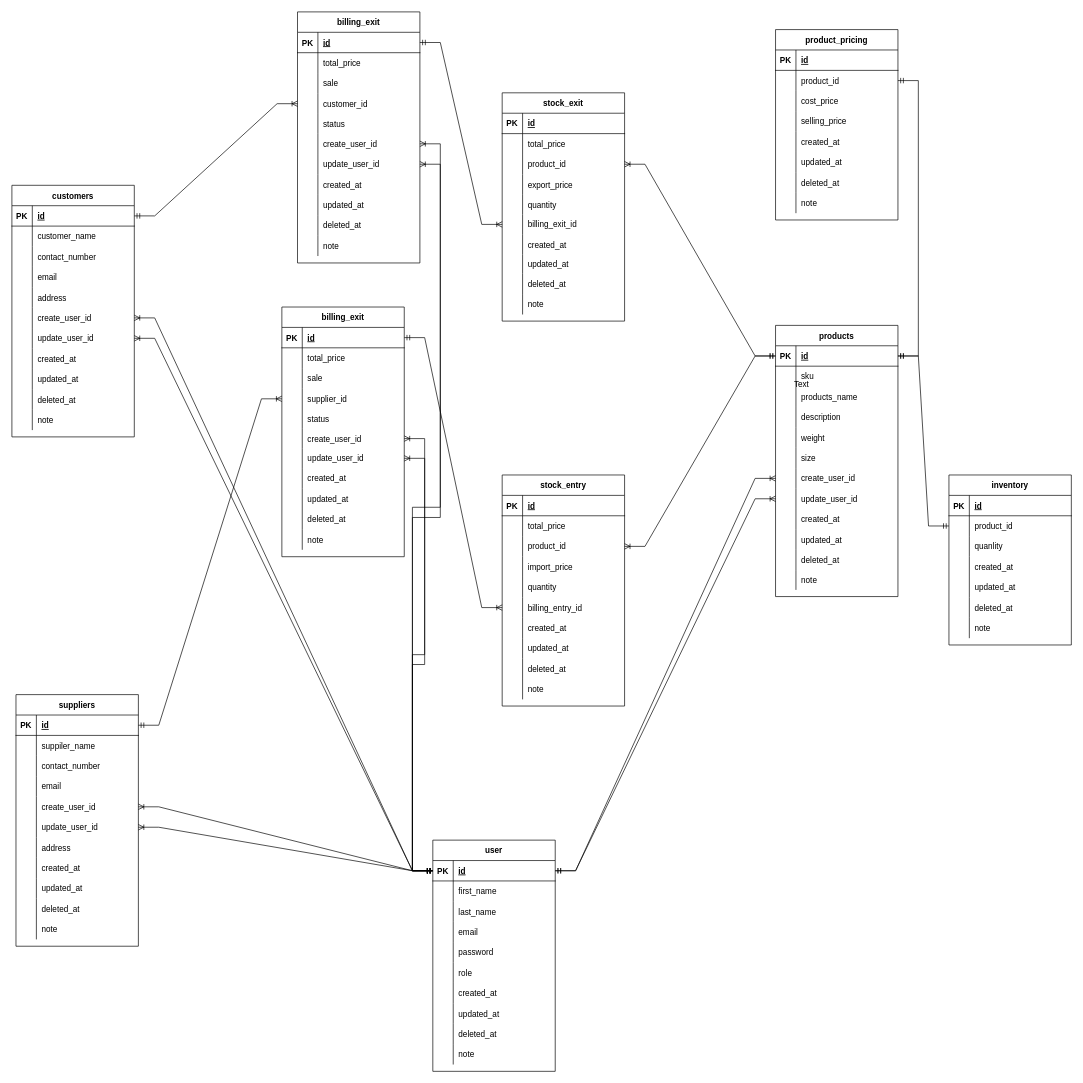
Earlier version of the draw.io diagram project.drawio (thanhlucvip2/lt_home_be). Source tidied: cells renumbered, new cells numbered last; positions are measured from the earlier drawing's top-left corner, leaving out a move shared by most shapes. Both pictures are drawn from the tidied source at 68%, with x=0, y=0 at pixel (12, 12).
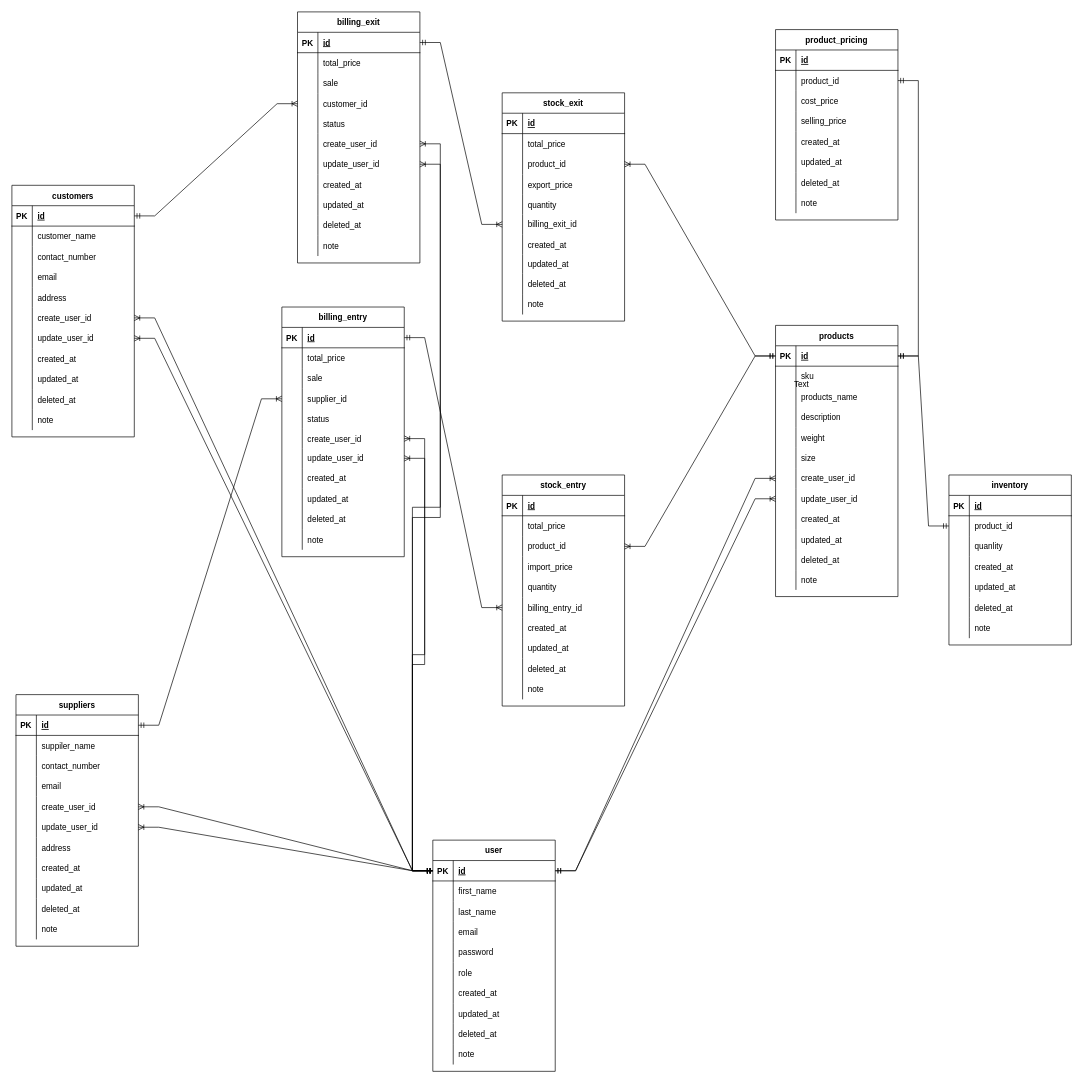
The same diagram, later.

Commit message (it also covers changes not shown here):
update drawio and add billing entry module

Diff of the diagram source:
```diff
@@
-    <mxCell id="294" value="billing_exit" style="shape=table;startSize=30;childLayout=tableLayout;rowLines=0;fontStyle=1;align=center;" parent="1" vertex="1">
+    <mxCell id="294" value="billing_entry" style="shape=table;startSize=30;childLayout=tableLayout;rowLines=0;fontStyle=1;align=center;" parent="1" vertex="1">
       <mxGeometry x="397" y="434" width="180" height="367.2" as="geometry" />
     </mxCell>
```
